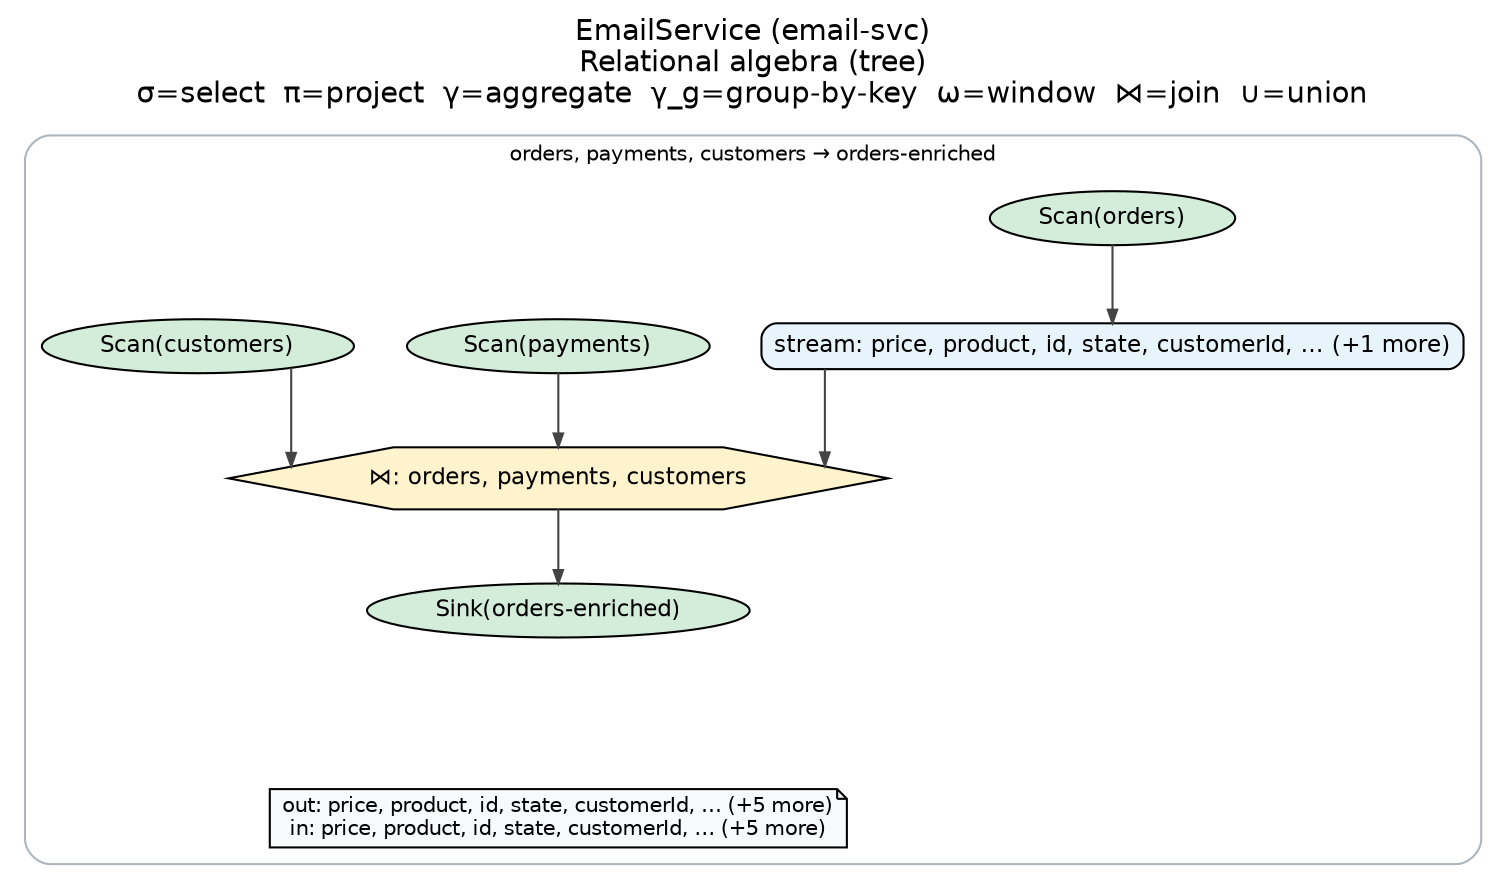
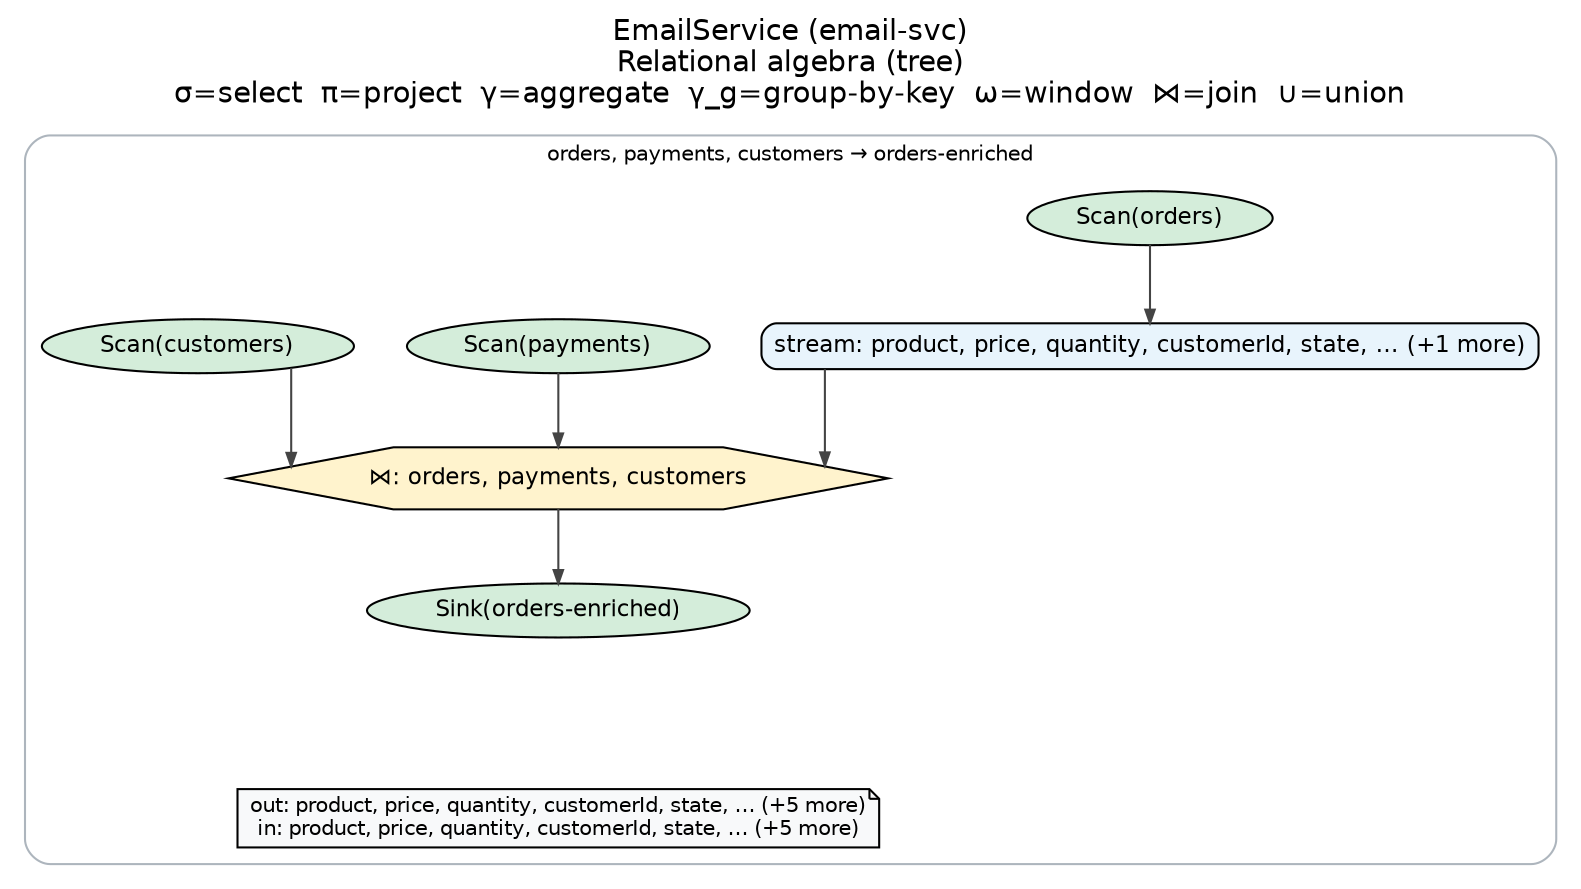
digraph ra {
  graph [rankdir=TB, bgcolor="white", fontname="Helvetica", splines=ortho, nodesep=0.35, ranksep=0.5, ordering="out"];
  node [fontname="Helvetica", fontsize=11, style=filled, height=0.3, margin="0.08,0.04"];
  edge [fontname="Helvetica", color="#444444", arrowsize=0.65];
  label="EmailService (email-svc)\nRelational algebra (tree)\nσ=select  π=project  γ=aggregate  γ_g=group-by-key  ω=window  ⋈=join  ∪=union";
  labelloc=t;
  fontsize=14;
  subgraph cluster_0 {
    label="orders, payments, customers → orders-enriched"; style=rounded; color="#adb5bd"; fontsize=10;
    p0_sink_orders_enriched [label="Sink(orders-enriched)", shape=ellipse, style="filled", fillcolor="#d4edda"];
    p0_join_1 [label="⋈: orders, payments, customers", shape=hexagon, style="filled", fillcolor="#fff3cd"];
-     p0_stream_stream_2 [label="stream: price, product, id, state, customerId, … (+1 more)", shape=box, style="rounded,filled", fillcolor="#e8f4fc"];
+     p0_stream_stream_2 [label="stream: product, price, quantity, customerId, state, … (+1 more)", shape=box, style="rounded,filled", fillcolor="#e8f4fc"];
    p0_scan_orders [label="Scan(orders)", shape=ellipse, style="filled", fillcolor="#d4edda"];
    p0_scan_orders -> p0_stream_stream_2;
    p0_stream_stream_2 -> p0_join_1;
    p0_scan_payments [label="Scan(payments)", shape=ellipse, style="filled", fillcolor="#d4edda"];
    p0_scan_payments -> p0_join_1;
    p0_scan_customers [label="Scan(customers)", shape=ellipse, style="filled", fillcolor="#d4edda"];
    p0_scan_customers -> p0_join_1;
    p0_join_1 -> p0_sink_orders_enriched;
    r0anchor [style=invis, width=0, height=0, label=""];
    p0_sink_orders_enriched -> r0anchor [style=invis];
    r0anchor -> r0note [style=invis];
-     r0note [label="out: price, product, id, state, customerId, … (+5 more)\nin: price, product, id, state, customerId, … (+5 more)", shape=note, fillcolor="#f8f9fa", fontsize=10];
+     r0note [label="out: product, price, quantity, customerId, state, … (+5 more)\nin: product, price, quantity, customerId, state, … (+5 more)", shape=note, fillcolor="#f8f9fa", fontsize=10];
    { rank=max; r0note; }
  }
}